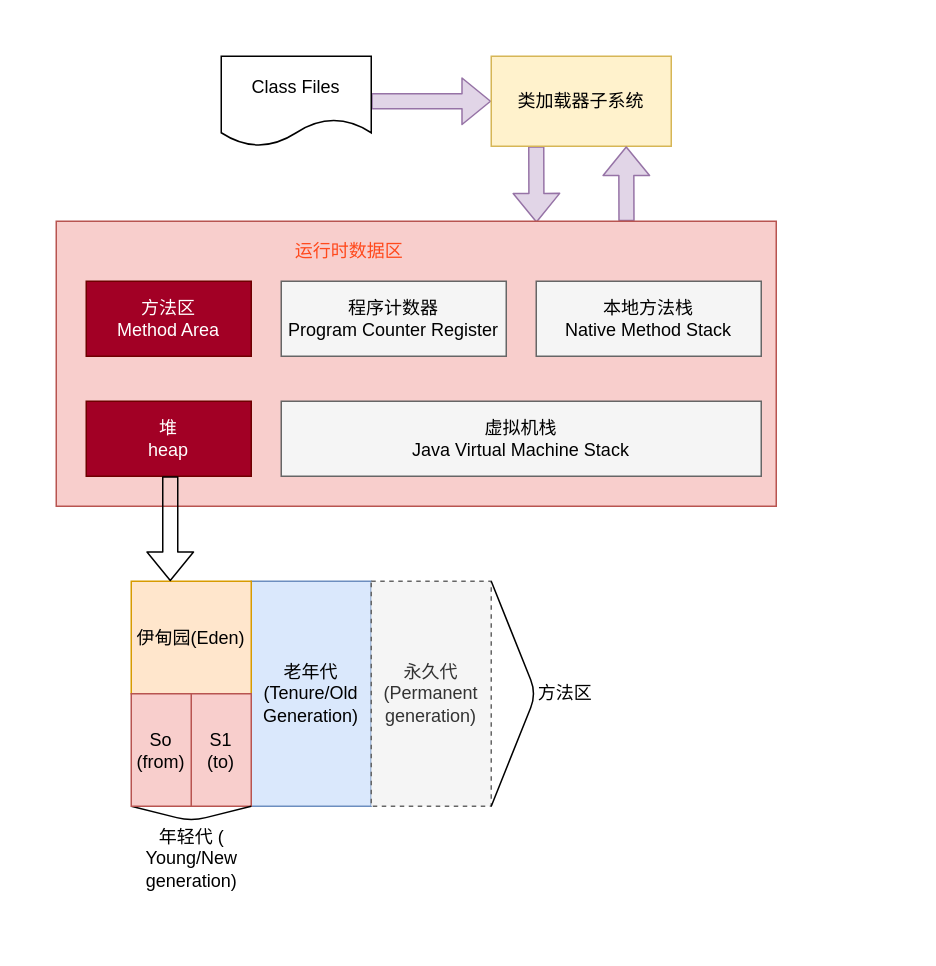
Above: source/_posts/编程语言/Java/Java语言/JVM/图示/2 Java内存区域/堆空间内部结构.drawio in CoachHe/coachhe.github.io (draw.io), before the change. Source tidied: cells renumbered, new cells numbered last; positions are measured from the earlier drawing's top-left corner, leaving out a move shared by most shapes. Both pictures are drawn from the tidied source at 150%, with x=0, y=0 at pixel (26, 26).
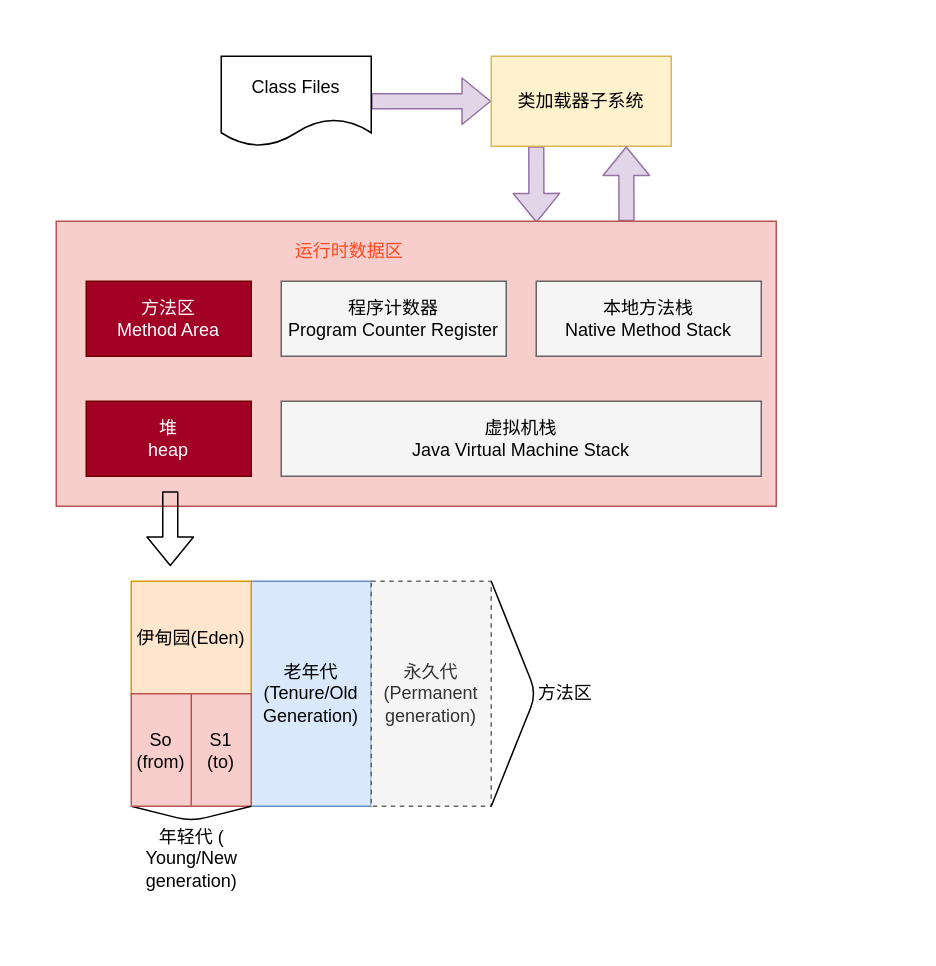
The same page after the edit.

Diff of the diagram source:
```diff
@@
-    <mxCell id="24" style="shape=flexArrow;endArrow=classic;html=1;exitX=0.5;exitY=1;exitDx=0;exitDy=0;" parent="1" edge="1">
+    <mxCell id="24" style="shape=flexArrow;endArrow=classic;html=1;" parent="1" edge="1">
       <mxGeometry relative="1" as="geometry">
-        <mxPoint x="96" y="300" as="sourcePoint" />
-        <mxPoint x="96" y="370" as="targetPoint" />
+        <mxPoint x="96" y="310" as="sourcePoint" />
+        <mxPoint x="96" y="360" as="targetPoint" />
       </mxGeometry>
     </mxCell>
```
